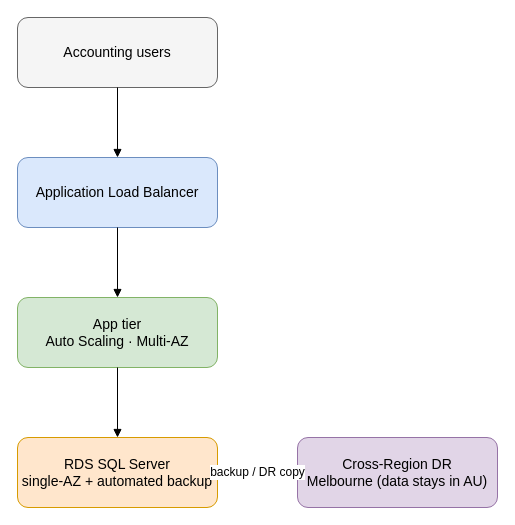
Above: S1-CL3-Cloud-Infrastructure-Improvement/delivery/topic_03/diagrams/reliability-target.drawio in Digital-Initiatives-Kangan-Institute/diploma-cloud-cyber-content-s1 (draw.io), before the change. Source tidied: cells renumbered, new cells numbered last; positions are measured from the earlier drawing's top-left corner, leaving out a move shared by most shapes. Both pictures are drawn from the tidied source at 100%, with x=0, y=0 at pixel (17, 17).
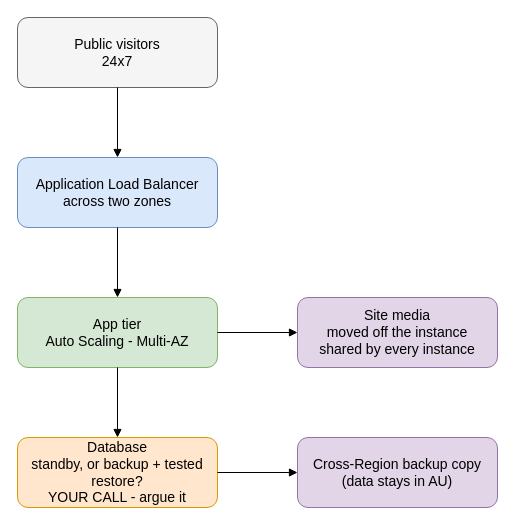
Above is the later version.

The edit, as a diff of the source:
```diff
@@
 <mxGraphModel>
   <root>
     <mxCell id="0" />
     <mxCell id="1" parent="0" />
-    <mxCell id="2" value="Accounting users" style="rounded=1;whiteSpace=wrap;html=1;fillColor=#f5f5f5;strokeColor=#666666;fontSize=14;align=center;verticalAlign=middle;" parent="1" vertex="1">
+    <mxCell id="2" value="Public visitors&#10;24x7" style="rounded=1;whiteSpace=wrap;html=1;fillColor=#f5f5f5;strokeColor=#666666;fontSize=14;align=center;verticalAlign=middle;" parent="1" vertex="1">
       <mxGeometry width="200" height="70" as="geometry" />
     </mxCell>
-    <mxCell id="3" value="Application Load Balancer" style="rounded=1;whiteSpace=wrap;html=1;fillColor=#dae8fc;strokeColor=#6c8ebf;fontSize=14;align=center;verticalAlign=middle;" parent="1" vertex="1">
+    <mxCell id="3" value="Application Load Balancer&#10;across two zones" style="rounded=1;whiteSpace=wrap;html=1;fillColor=#dae8fc;strokeColor=#6c8ebf;fontSize=14;align=center;verticalAlign=middle;" parent="1" vertex="1">
       <mxGeometry y="140" width="200" height="70" as="geometry" />
     </mxCell>
-    <mxCell id="4" value="App tier&#10;Auto Scaling · Multi-AZ" style="rounded=1;whiteSpace=wrap;html=1;fillColor=#d5e8d4;strokeColor=#82b366;fontSize=14;align=center;verticalAlign=middle;" parent="1" vertex="1">
+    <mxCell id="4" value="App tier&#10;Auto Scaling - Multi-AZ" style="rounded=1;whiteSpace=wrap;html=1;fillColor=#d5e8d4;strokeColor=#82b366;fontSize=14;align=center;verticalAlign=middle;" parent="1" vertex="1">
       <mxGeometry y="280" width="200" height="70" as="geometry" />
     </mxCell>
-    <mxCell id="5" value="RDS SQL Server&#10;single-AZ + automated backup" style="rounded=1;whiteSpace=wrap;html=1;fillColor=#ffe6cc;strokeColor=#d79b00;fontSize=14;align=center;verticalAlign=middle;" parent="1" vertex="1">
+    <mxCell id="5" value="Database&#10;standby, or backup + tested restore?&#10;YOUR CALL - argue it" style="rounded=1;whiteSpace=wrap;html=1;fillColor=#ffe6cc;strokeColor=#d79b00;fontSize=14;align=center;verticalAlign=middle;" parent="1" vertex="1">
       <mxGeometry y="420" width="200" height="70" as="geometry" />
     </mxCell>
-    <mxCell id="6" value="Cross-Region DR&#10;Melbourne (data stays in AU)" style="rounded=1;whiteSpace=wrap;html=1;fillColor=#e1d5e7;strokeColor=#9673a6;fontSize=14;align=center;verticalAlign=middle;" parent="1" vertex="1">
+    <mxCell id="6" value="Cross-Region backup copy&#10;(data stays in AU)" style="rounded=1;whiteSpace=wrap;html=1;fillColor=#e1d5e7;strokeColor=#9673a6;fontSize=14;align=center;verticalAlign=middle;" parent="1" vertex="1">
       <mxGeometry x="280" y="420" width="200" height="70" as="geometry" />
     </mxCell>
+    <mxCell id="11" value="Site media&#10;moved off the instance&#10;shared by every instance" style="rounded=1;whiteSpace=wrap;html=1;fillColor=#e1d5e7;strokeColor=#9673a6;fontSize=14;align=center;verticalAlign=middle;" parent="1" vertex="1">
+      <mxGeometry x="280" y="280" width="200" height="70" as="geometry" />
+    </mxCell>
     <mxCell id="7" style="edgeStyle=orthogonalEdgeStyle;rounded=0;html=1;endArrow=block;fontSize=12;exitX=0.5;exitY=1;exitDx=0;exitDy=0;entryX=0.5;entryY=0;entryDx=0;entryDy=0;" parent="1" edge="1" source="2" target="3">
       <mxGeometry relative="1" as="geometry" />
     </mxCell>
     <mxCell id="8" style="edgeStyle=orthogonalEdgeStyle;rounded=0;html=1;endArrow=block;fontSize=12;exitX=0.5;exitY=1;exitDx=0;exitDy=0;entryX=0.5;entryY=0;entryDx=0;entryDy=0;" parent="1" edge="1" source="3" target="4">
       <mxGeometry relative="1" as="geometry" />
     </mxCell>
     <mxCell id="9" style="edgeStyle=orthogonalEdgeStyle;rounded=0;html=1;endArrow=block;fontSize=12;exitX=0.5;exitY=1;exitDx=0;exitDy=0;entryX=0.5;entryY=0;entryDx=0;entryDy=0;" parent="1" edge="1" source="4" target="5">
       <mxGeometry relative="1" as="geometry" />
     </mxCell>
-    <mxCell id="10" value="backup / DR copy" style="edgeStyle=orthogonalEdgeStyle;rounded=0;html=1;endArrow=block;fontSize=12;exitX=1;exitY=0.5;exitDx=0;exitDy=0;entryX=0;entryY=0.5;entryDx=0;entryDy=0;" parent="1" edge="1" source="5" target="6">
+    <mxCell id="10" style="edgeStyle=orthogonalEdgeStyle;rounded=0;html=1;endArrow=block;fontSize=12;exitX=1;exitY=0.5;exitDx=0;exitDy=0;entryX=0;entryY=0.5;entryDx=0;entryDy=0;" parent="1" edge="1" source="4" target="11">
       <mxGeometry relative="1" as="geometry" />
     </mxCell>
+    <mxCell id="12" style="edgeStyle=orthogonalEdgeStyle;rounded=0;html=1;endArrow=block;fontSize=12;exitX=1;exitY=0.5;exitDx=0;exitDy=0;entryX=0;entryY=0.5;entryDx=0;entryDy=0;" parent="1" edge="1" source="5" target="6">
+      <mxGeometry relative="1" as="geometry" />
+    </mxCell>
   </root>
 </mxGraphModel>
```
